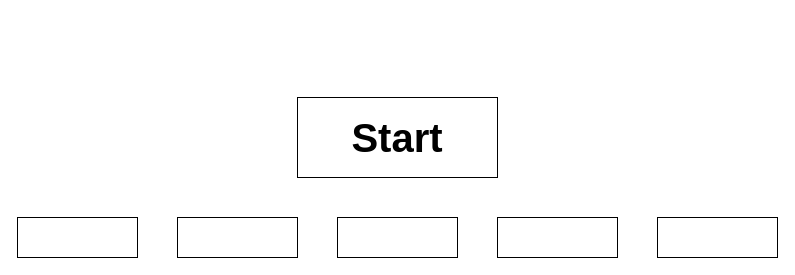
Earlier version of the draw.io diagram Ruby.drawio (Giladx/ruby). Source tidied: cells renumbered, new cells numbered last; positions are measured from the earlier drawing's top-left corner, leaving out a move shared by most shapes. Both pictures are drawn from the tidied source at 100%, with x=0, y=0 at pixel (17, 97).
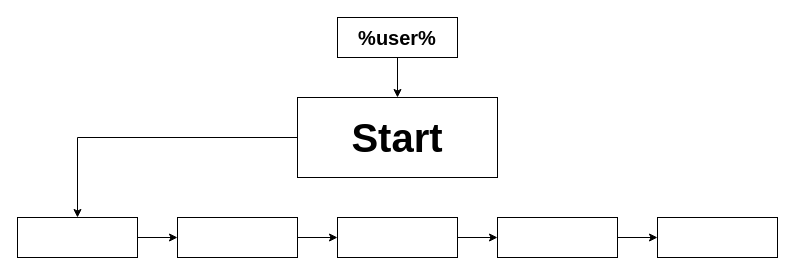
Above is the later version.

The edit, as a diff of the source:
```diff
@@
 <mxGraphModel>
   <root>
     <mxCell id="0" />
     <mxCell id="1" parent="0" />
+    <mxCell id="8" style="edgeStyle=orthogonalEdgeStyle;rounded=0;jettySize=auto;html=1;entryX=0.5;entryY=0;entryDx=0;entryDy=0;fontSize=25;" parent="1" edge="1" source="2" target="3">
+      <mxGeometry relative="1" as="geometry" />
+    </mxCell>
     <mxCell id="2" value="Start" style="rounded=0;whiteSpace=wrap;html=1;fontStyle=1;fontSize=40;" parent="1" vertex="1">
       <mxGeometry x="280" width="200" height="80" as="geometry" />
     </mxCell>
+    <mxCell id="9" style="edgeStyle=orthogonalEdgeStyle;rounded=0;jettySize=auto;html=1;exitX=1;exitY=0.5;exitDx=0;exitDy=0;fontSize=25;" parent="1" edge="1" source="3" target="17">
+      <mxGeometry relative="1" as="geometry" />
+    </mxCell>
-    <mxCell id="3" style="rounded=0;whiteSpace=wrap;html=1;fontSize=40;" parent="1" vertex="1">
+    <mxCell id="3" style="rounded=0;whiteSpace=wrap;html=1;fontSize=25;" parent="1" vertex="1">
       <mxGeometry y="120" width="120" height="40" as="geometry" />
     </mxCell>
-    <mxCell id="4" style="rounded=0;whiteSpace=wrap;html=1;fontSize=40;" parent="1" vertex="1">
-      <mxGeometry x="160" y="120" width="120" height="40" as="geometry" />
-    </mxCell>
-    <mxCell id="5" style="rounded=0;whiteSpace=wrap;html=1;fontSize=40;" parent="1" vertex="1">
-      <mxGeometry x="320" y="120" width="120" height="40" as="geometry" />
-    </mxCell>
-    <mxCell id="6" style="rounded=0;whiteSpace=wrap;html=1;fontSize=40;" parent="1" vertex="1">
-      <mxGeometry x="480" y="120" width="120" height="40" as="geometry" />
-    </mxCell>
-    <mxCell id="7" style="rounded=0;whiteSpace=wrap;html=1;fontSize=40;" parent="1" vertex="1">
-      <mxGeometry x="640" y="120" width="120" height="40" as="geometry" />
-    </mxCell>
+    <mxCell id="10" style="edgeStyle=orthogonalEdgeStyle;rounded=0;jettySize=auto;html=1;exitX=0.5;exitY=1;exitDx=0;exitDy=0;" parent="1" edge="1" source="11" target="2">
+      <mxGeometry relative="1" as="geometry" />
+    </mxCell>
+    <mxCell id="11" value="%user%" style="rounded=0;whiteSpace=wrap;html=1;fontStyle=1;fontSize=20;" parent="1" vertex="1">
+      <mxGeometry x="320" y="-80" width="120" height="40" as="geometry" />
+    </mxCell>
+    <mxCell id="12" style="edgeStyle=orthogonalEdgeStyle;rounded=0;jettySize=auto;html=1;exitX=1;exitY=0.5;exitDx=0;exitDy=0;fontSize=25;" parent="1" edge="1" source="13" target="18">
+      <mxGeometry relative="1" as="geometry" />
+    </mxCell>
+    <mxCell id="13" style="rounded=0;whiteSpace=wrap;html=1;fontSize=25;" parent="1" vertex="1">
+      <mxGeometry x="480" y="120" width="120" height="40" as="geometry" />
+    </mxCell>
+    <mxCell id="14" style="edgeStyle=orthogonalEdgeStyle;rounded=0;jettySize=auto;html=1;exitX=1;exitY=0.5;exitDx=0;exitDy=0;entryX=0;entryY=0.5;entryDx=0;entryDy=0;fontSize=25;" parent="1" edge="1" source="15" target="13">
+      <mxGeometry relative="1" as="geometry" />
+    </mxCell>
+    <mxCell id="15" style="rounded=0;whiteSpace=wrap;html=1;fontSize=25;" parent="1" vertex="1">
+      <mxGeometry x="320" y="120" width="120" height="40" as="geometry" />
+    </mxCell>
+    <mxCell id="16" style="edgeStyle=orthogonalEdgeStyle;rounded=0;jettySize=auto;html=1;exitX=1;exitY=0.5;exitDx=0;exitDy=0;fontSize=25;" parent="1" edge="1" source="17" target="15">
+      <mxGeometry relative="1" as="geometry" />
+    </mxCell>
+    <mxCell id="17" style="rounded=0;whiteSpace=wrap;html=1;fontSize=25;" parent="1" vertex="1">
+      <mxGeometry x="160" y="120" width="120" height="40" as="geometry" />
+    </mxCell>
+    <mxCell id="18" style="rounded=0;whiteSpace=wrap;html=1;fontSize=25;" parent="1" vertex="1">
+      <mxGeometry x="640" y="120" width="120" height="40" as="geometry" />
+    </mxCell>
   </root>
 </mxGraphModel>
```
